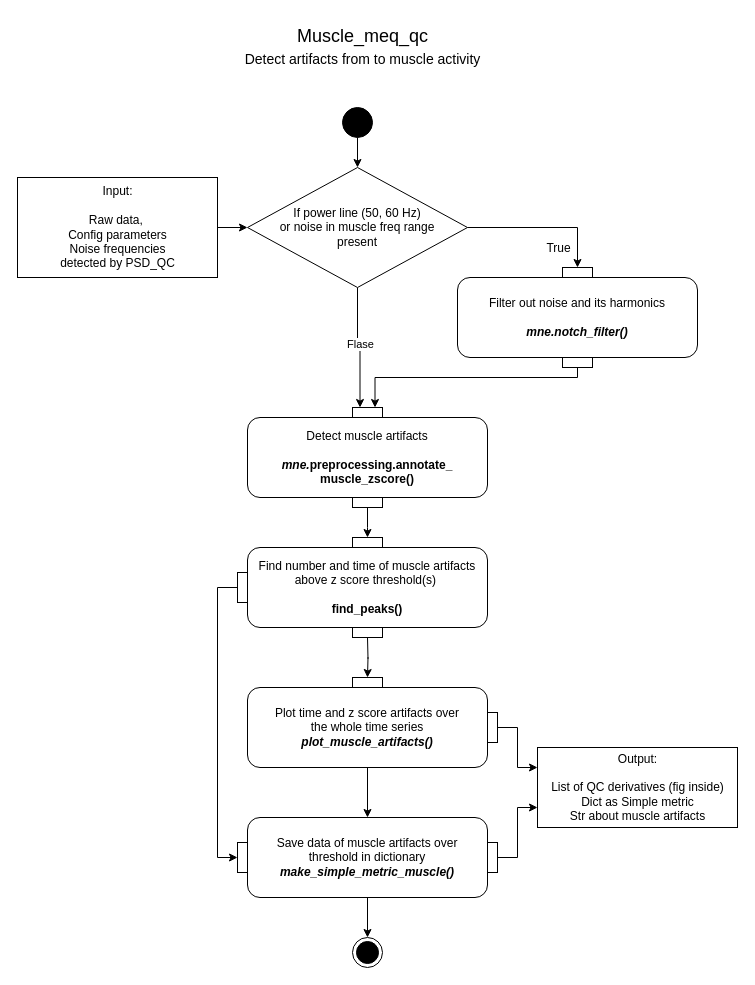
Above: diagrams/_Muscle_UML2.5.drawio in oldgandalf/MEGqcJorge (draw.io), before the change. Source tidied: cells renumbered, new cells numbered last; positions are measured from the earlier drawing's top-left corner, leaving out a move shared by most shapes. Both pictures are drawn from the tidied source at 100%, with x=0, y=0 at pixel (17, 17).
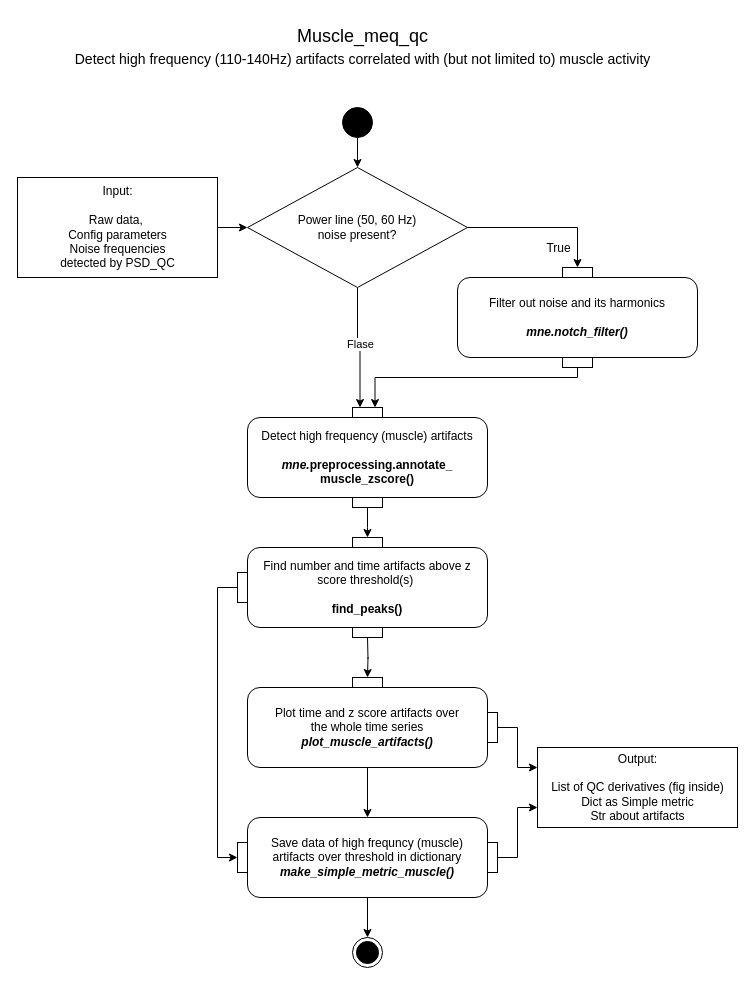
The same diagram, later.

The change refers to these unchanged cells:
```xml
<mxCell id="17" style="group;" parent="1" vertex="1">
  <mxGeometry x="230" y="390" width="240" height="100" as="geometry" />
</mxCell>
<mxCell id="23" style="group;flipH=1;" parent="1" vertex="1">
  <mxGeometry x="220" y="520" width="250" height="100" as="geometry" />
</mxCell>
<mxCell id="33" style="group;" parent="1" vertex="1">
  <mxGeometry x="220" y="800" width="260" height="80" as="geometry" />
</mxCell>
```

Diff of the diagram source:
```diff
@@
-    <mxCell id="2" value="&lt;font style=&quot;&quot;&gt;Muscle_meq_qc&lt;br&gt;&lt;font style=&quot;font-size: 14px;&quot;&gt;Detect artifacts from to muscle activity&lt;/font&gt;&lt;br&gt;&lt;/font&gt;" style="text;html=1;align=center;verticalAlign=middle;strokeColor=none;fillColor=none;fontSize=18;fontFamily=Helvetica;" parent="1" vertex="1">
-      <mxGeometry x="215" width="260" height="60" as="geometry" />
+    <mxCell id="2" value="&lt;font style=&quot;&quot;&gt;Muscle_meq_qc&lt;br&gt;&lt;font style=&quot;font-size: 14px;&quot;&gt;Detect high frequency (110-140Hz) artifacts correlated with (but not limited to) muscle activity&lt;/font&gt;&lt;br&gt;&lt;/font&gt;" style="text;html=1;align=center;verticalAlign=middle;strokeColor=none;fillColor=none;fontSize=18;fontFamily=Helvetica;" parent="1" vertex="1">
+      <mxGeometry x="45" width="600" height="60" as="geometry" />
     </mxCell>
@@
-    <mxCell id="5" value="If power line (50, 60 Hz) &lt;br&gt;or noise in muscle freq range &lt;br&gt;present" style="rhombus;whiteSpace=wrap;html=1;fontSize=12;" parent="1" vertex="1">
+    <mxCell id="5" value="Power line (50, 60 Hz) &lt;br&gt;noise present?" style="rhombus;whiteSpace=wrap;html=1;fontSize=12;" parent="1" vertex="1">
       <mxGeometry x="230" y="150" width="220" height="120" as="geometry" />
     </mxCell>
@@
-    <mxCell id="18" value="Detect muscle artifacts&lt;b&gt;&lt;i&gt;&lt;br&gt;&lt;br&gt;mne.&lt;/i&gt;&lt;/b&gt;&lt;span style=&quot;border-color: var(--border-color); font-weight: 700; background-color: initial;&quot;&gt;preprocessing.&lt;/span&gt;&lt;span style=&quot;border-color: var(--border-color); font-weight: 700; background-color: initial;&quot;&gt;annotate_&lt;br&gt;muscle_zscore()&lt;/span&gt;" style="html=1;align=center;verticalAlign=middle;rounded=1;absoluteArcSize=1;arcSize=25;dashed=0;fontFamily=Helvetica;fontSize=12;whiteSpace=wrap;noLabel=0;imageAlign=center;" parent="17" vertex="1">
+    <mxCell id="18" value="Detect high frequency (muscle) artifacts&lt;b&gt;&lt;i&gt;&lt;br&gt;&lt;br&gt;mne.&lt;/i&gt;&lt;/b&gt;&lt;span style=&quot;border-color: var(--border-color); font-weight: 700; background-color: initial;&quot;&gt;preprocessing.&lt;/span&gt;&lt;span style=&quot;border-color: var(--border-color); font-weight: 700; background-color: initial;&quot;&gt;annotate_&lt;br&gt;muscle_zscore()&lt;/span&gt;" style="html=1;align=center;verticalAlign=middle;rounded=1;absoluteArcSize=1;arcSize=25;dashed=0;fontFamily=Helvetica;fontSize=12;whiteSpace=wrap;noLabel=0;imageAlign=center;" parent="17" vertex="1">
       <mxGeometry y="10" width="240" height="80" as="geometry" />
     </mxCell>
@@
-    <mxCell id="24" value="Find number and time of muscle artifacts above z score threshold(s)&amp;nbsp;&lt;b style=&quot;border-color: var(--border-color);&quot;&gt;&lt;i style=&quot;border-color: var(--border-color);&quot;&gt;&lt;br style=&quot;border-color: var(--border-color);&quot;&gt;&lt;br style=&quot;border-color: var(--border-color);&quot;&gt;&lt;/i&gt;&lt;/b&gt;&lt;b&gt;&lt;span style=&quot;border-color: var(--border-color);&quot;&gt;find_peaks&lt;/span&gt;()&lt;/b&gt;" style="html=1;align=center;verticalAlign=middle;rounded=1;absoluteArcSize=1;arcSize=25;dashed=0;fontFamily=Helvetica;fontSize=12;whiteSpace=wrap;noLabel=0;imageAlign=center;" parent="23" vertex="1">
+    <mxCell id="24" value="Find number and time artifacts above z score threshold(s)&amp;nbsp;&lt;b style=&quot;border-color: var(--border-color);&quot;&gt;&lt;i style=&quot;border-color: var(--border-color);&quot;&gt;&lt;br style=&quot;border-color: var(--border-color);&quot;&gt;&lt;br style=&quot;border-color: var(--border-color);&quot;&gt;&lt;/i&gt;&lt;/b&gt;&lt;b&gt;&lt;span style=&quot;border-color: var(--border-color);&quot;&gt;find_peaks&lt;/span&gt;()&lt;/b&gt;" style="html=1;align=center;verticalAlign=middle;rounded=1;absoluteArcSize=1;arcSize=25;dashed=0;fontFamily=Helvetica;fontSize=12;whiteSpace=wrap;noLabel=0;imageAlign=center;" parent="23" vertex="1">
       <mxGeometry x="10" y="10" width="240" height="80" as="geometry" />
     </mxCell>
@@
-    <mxCell id="32" value="Output:&lt;br&gt;&lt;br&gt;List of QC derivatives (fig inside)&lt;br&gt;Dict as Simple metric&lt;br&gt;Str about muscle artifacts" style="html=1;dashed=0;fontFamily=Helvetica;fontSize=12;fontColor=rgb(0, 0, 0);align=center;strokeColor=rgb(0, 0, 0);fillColor=rgb(255, 255, 255);" parent="1" vertex="1">
+    <mxCell id="32" value="Output:&lt;br&gt;&lt;br&gt;List of QC derivatives (fig inside)&lt;br&gt;Dict as Simple metric&lt;br&gt;Str about artifacts" style="html=1;dashed=0;fontFamily=Helvetica;fontSize=12;fontColor=rgb(0, 0, 0);align=center;strokeColor=rgb(0, 0, 0);fillColor=rgb(255, 255, 255);" parent="1" vertex="1">
       <mxGeometry x="520" y="730" width="200" height="80" as="geometry" />
     </mxCell>
@@
-    <mxCell id="34" value="Save data of muscle&amp;nbsp;artifacts over threshold&amp;nbsp;in dictionary&lt;br style=&quot;border-color: var(--border-color);&quot;&gt;&lt;b style=&quot;border-color: var(--border-color);&quot;&gt;&lt;i style=&quot;border-color: var(--border-color);&quot;&gt;make_simple_metric_muscle()&lt;/i&gt;&lt;/b&gt;" style="html=1;align=center;verticalAlign=middle;rounded=1;absoluteArcSize=1;arcSize=25;dashed=0;fontFamily=Helvetica;fontSize=12;whiteSpace=wrap;noLabel=0;imageAlign=center;" parent="33" vertex="1">
+    <mxCell id="34" value="Save data of high frequncy (muscle) &lt;br&gt;artifacts over threshold&amp;nbsp;in dictionary&lt;br style=&quot;border-color: var(--border-color);&quot;&gt;&lt;b style=&quot;border-color: var(--border-color);&quot;&gt;&lt;i style=&quot;border-color: var(--border-color);&quot;&gt;make_simple_metric_muscle()&lt;/i&gt;&lt;/b&gt;" style="html=1;align=center;verticalAlign=middle;rounded=1;absoluteArcSize=1;arcSize=25;dashed=0;fontFamily=Helvetica;fontSize=12;whiteSpace=wrap;noLabel=0;imageAlign=center;" parent="33" vertex="1">
       <mxGeometry x="10" width="240" height="80" as="geometry" />
     </mxCell>
```
